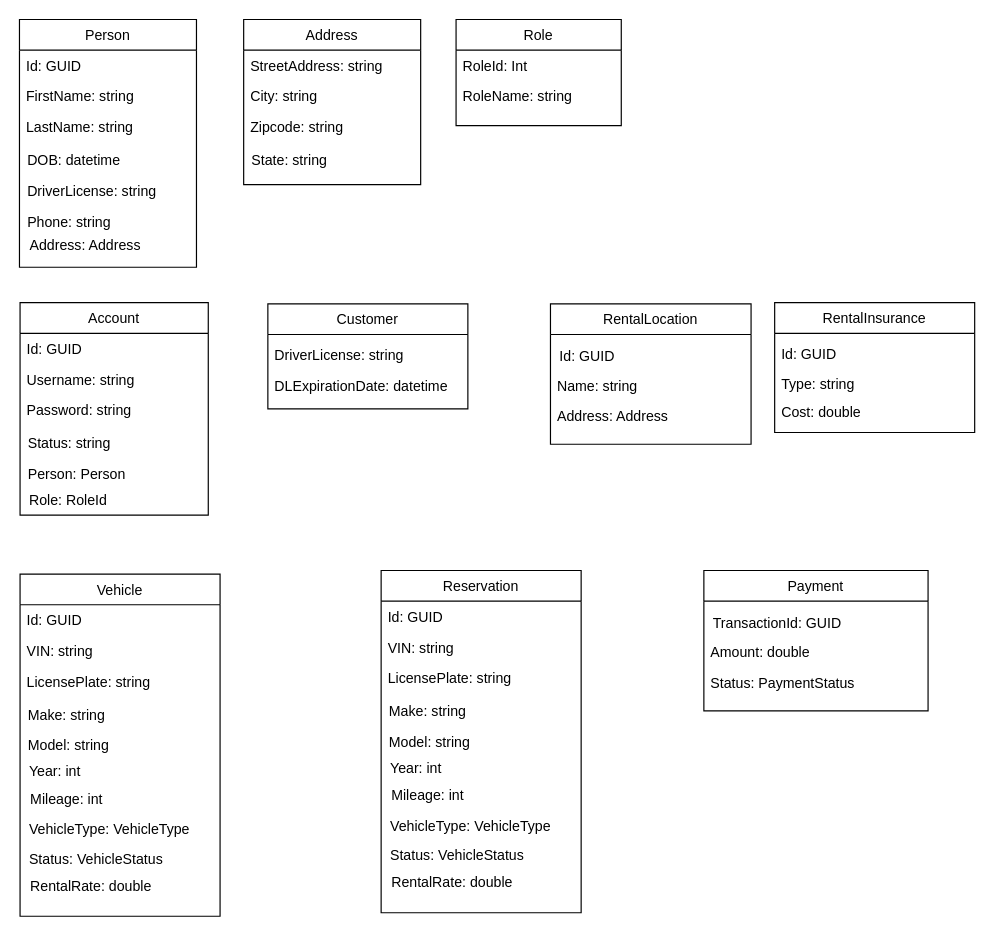
This is page "Class diagram" (3 of 3) of OnlineCarReservaction.drawio from nguyenha1311/ha-diagrams, a draw.io file, before an edit. Source tidied: cells renumbered, new cells numbered last; positions are measured from the earlier drawing's top-left corner, leaving out a move shared by most shapes. Both pictures are drawn from the tidied source at 118%, with x=0, y=0 at pixel (19, 19).
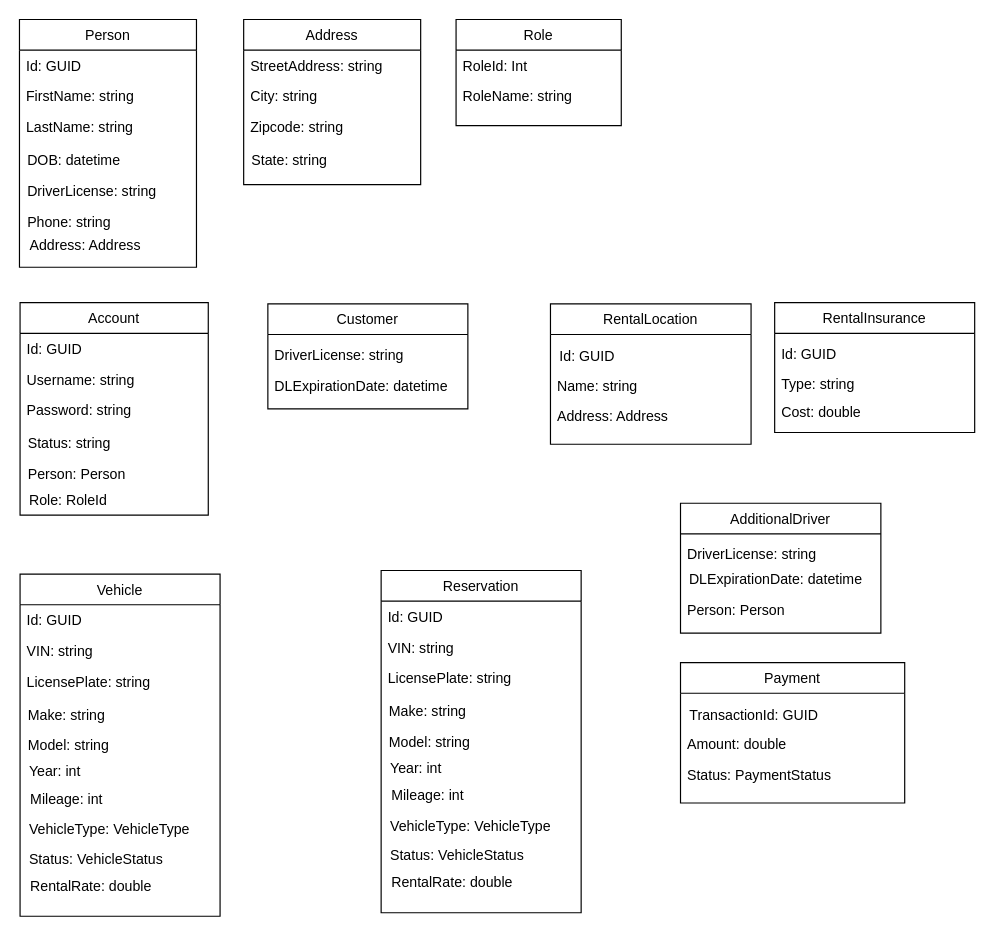
The same page after the edit.

Change to the diagram source:
```diff
@@
     <mxCell id="58" value="Payment" style="swimlane;fontStyle=0;horizontal=1;startSize=26;fillColor=none;" parent="1" vertex="1">
-      <mxGeometry x="580" y="467" width="190" height="119" as="geometry" />
+      <mxGeometry x="560.2" y="545" width="190" height="119" as="geometry" />
     </mxCell>
     <mxCell id="59" value="Amount: double" style="text;strokeColor=none;fillColor=none;align=left;verticalAlign=top;spacingLeft=4;spacingRight=4;overflow=hidden;" parent="1" vertex="1">
-      <mxGeometry x="580" y="523" width="140" height="26" as="geometry" />
+      <mxGeometry x="560.2" y="601" width="140" height="26" as="geometry" />
     </mxCell>
     <mxCell id="60" value="Status: PaymentStatus" style="text;strokeColor=none;fillColor=none;align=left;verticalAlign=top;spacingLeft=4;spacingRight=4;overflow=hidden;" parent="1" vertex="1">
-      <mxGeometry x="580" y="549" width="180" height="51" as="geometry" />
+      <mxGeometry x="560.2" y="627" width="180" height="51" as="geometry" />
     </mxCell>
     <mxCell id="61" value="TransactionId: GUID" style="text;strokeColor=none;fillColor=none;align=left;verticalAlign=top;spacingLeft=4;spacingRight=4;overflow=hidden;" parent="1" vertex="1">
-      <mxGeometry x="582" y="498" width="140" height="26" as="geometry" />
+      <mxGeometry x="562.2" y="576" width="140" height="26" as="geometry" />
     </mxCell>
+    <mxCell id="62" value="AdditionalDriver" style="swimlane;fontStyle=0;horizontal=1;startSize=26;fillColor=none;" parent="1" vertex="1">
+      <mxGeometry x="560.2" y="410" width="169.8" height="110" as="geometry" />
+    </mxCell>
+    <mxCell id="63" value="DriverLicense: string" style="text;strokeColor=none;fillColor=none;align=left;verticalAlign=top;spacingLeft=4;spacingRight=4;overflow=hidden;" parent="1" vertex="1">
+      <mxGeometry x="560.2" y="440" width="140" height="26" as="geometry" />
+    </mxCell>
+    <mxCell id="64" value="Person: Person" style="text;strokeColor=none;fillColor=none;align=left;verticalAlign=top;spacingLeft=4;spacingRight=4;overflow=hidden;" parent="1" vertex="1">
+      <mxGeometry x="560.2" y="487" width="159.5" height="26" as="geometry" />
+    </mxCell>
+    <mxCell id="65" value="DLExpirationDate: datetime" style="text;strokeColor=none;fillColor=none;align=left;verticalAlign=top;spacingLeft=4;spacingRight=4;overflow=hidden;" parent="1" vertex="1">
+      <mxGeometry x="561.8" y="461" width="159.5" height="26" as="geometry" />
+    </mxCell>
```
